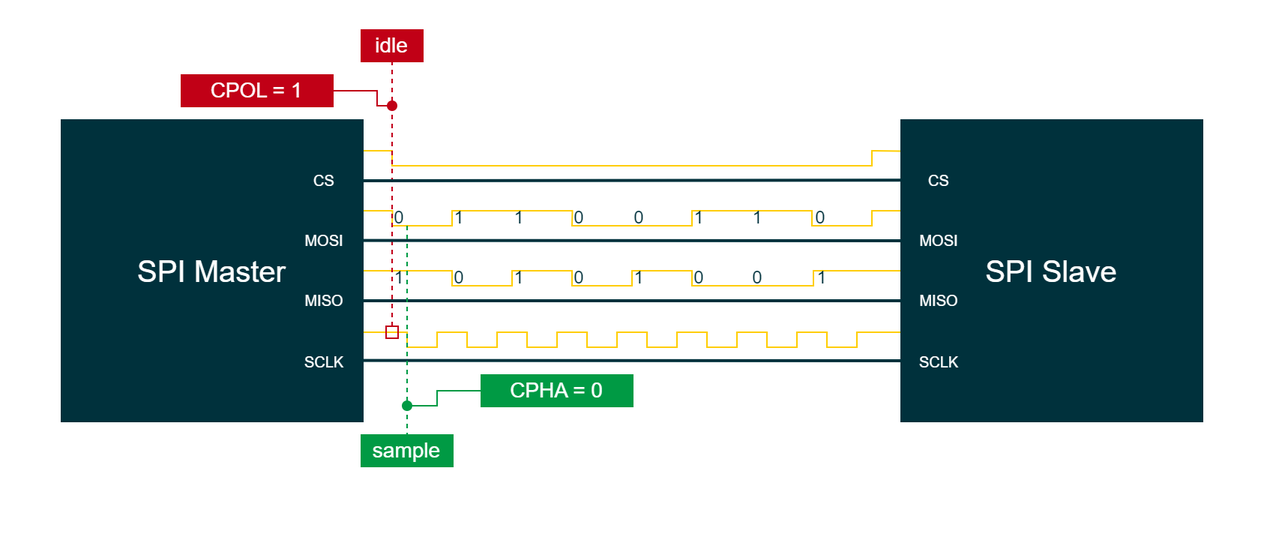
PLAY-Embedded/pe_assets keeps this draw.io diagram as draw.io/PE Articles/General knowledge/Fundamentals/SPI 101 A Beginner's Guide To Serial Communication/Mode 2 (PE).png. Above is the earlier version. Source tidied: cells renumbered, new cells last; positions are measured from the earlier drawing's top-left corner, leaving out a move shared by most shapes.
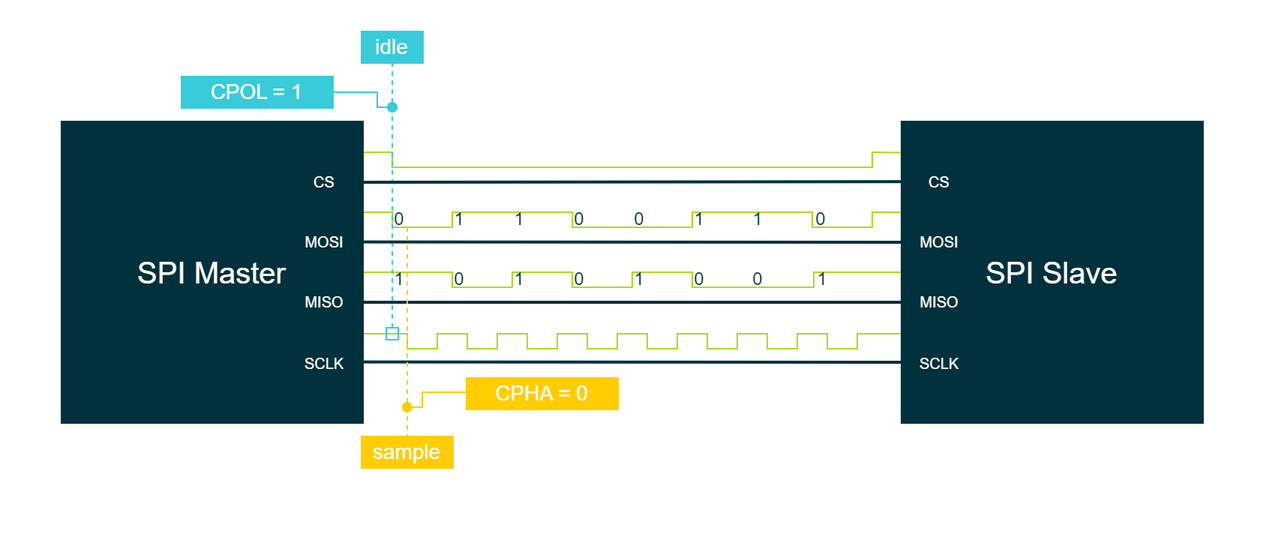
The same diagram one commit later.

Diff of the diagram source:
```diff
@@ -2,7 +2,10 @@
   <root>
     <mxCell id="0" />
     <mxCell id="1" parent="0" />
+    <mxCell id="4" style="rounded=0;whiteSpace=wrap;html=1;strokeColor=none;strokeWidth=2;fontFamily=Arial;fontSize=12;fontColor=#FFFFFF;fillColor=none;" parent="1" vertex="1">
+      <mxGeometry width="840" height="360" as="geometry" />
+    </mxCell>
-    <mxCell id="2" style="endArrow=none;html=1;rounded=0;strokeColor=#FFCD00;strokeWidth=1;fontFamily=Arial;fontSize=20;fontColor=#101820;fillColor=#FFCD00;" parent="1" edge="1">
+    <mxCell id="2" style="endArrow=none;html=1;rounded=0;strokeColor=#AADB1E;strokeWidth=1;fontFamily=Arial;fontSize=20;fontColor=#101820;fillColor=#AADB1E;" parent="1" edge="1">
       <mxGeometry relative="1" as="geometry">
         <mxPoint x="240.2" y="140" as="sourcePoint" />
         <mxPoint x="600.2" y="140" as="targetPoint" />
@@ -23,7 +26,7 @@
         </Array>
       </mxGeometry>
     </mxCell>
-    <mxCell id="3" style="endArrow=none;html=1;rounded=0;strokeColor=#FFCD00;strokeWidth=1;fontFamily=Arial;fontSize=20;fontColor=#00B2A9;fillColor=#FFCD00;entryX=0;entryY=0.5;entryDx=0;entryDy=0;" parent="1" edge="1" target="14">
+    <mxCell id="3" style="endArrow=none;html=1;rounded=0;strokeColor=#AADB1E;strokeWidth=1;fontFamily=Arial;fontSize=20;fontColor=#00B2A9;fillColor=#AADB1E;entryX=0;entryY=0.5;entryDx=0;entryDy=0;" parent="1" edge="1" target="14">
       <mxGeometry relative="1" as="geometry">
         <mxPoint x="241" y="180" as="sourcePoint" />
         <Array as="points">
@@ -42,10 +45,7 @@
         </Array>
       </mxGeometry>
     </mxCell>
-    <mxCell id="4" style="rounded=0;whiteSpace=wrap;html=1;strokeColor=none;strokeWidth=2;fontFamily=Arial;fontSize=12;fontColor=#FFFFFF;fillColor=none;" parent="1" vertex="1">
-      <mxGeometry width="840" height="360" as="geometry" />
-    </mxCell>
-    <mxCell id="5" style="endArrow=none;html=1;rounded=0;strokeColor=#FFCD00;strokeWidth=1;fontFamily=Arial;fontSize=20;fontColor=#00B2A9;fillColor=#FFCD00;" parent="1" edge="1">
+    <mxCell id="5" style="endArrow=none;html=1;rounded=0;strokeColor=#AADB1E;strokeWidth=1;fontFamily=Arial;fontSize=20;fontColor=#00B2A9;fillColor=#AADB1E;" parent="1" edge="1">
       <mxGeometry relative="1" as="geometry">
         <mxPoint x="240" y="221" as="sourcePoint" />
         <mxPoint x="600" y="221" as="targetPoint" />
@@ -85,7 +85,7 @@
         </Array>
       </mxGeometry>
     </mxCell>
-    <mxCell id="6" style="endArrow=none;html=1;rounded=0;strokeColor=#FFCD00;strokeWidth=1;fontFamily=Arial;fontSize=20;fontColor=#101820;fillColor=#FFCD00;exitX=1.005;exitY=0.1;exitDx=0;exitDy=0;exitPerimeter=0;entryX=-0.004;entryY=0.101;entryDx=0;entryDy=0;entryPerimeter=0;" parent="1" edge="1" source="9" target="14">
+    <mxCell id="6" style="endArrow=none;html=1;rounded=0;strokeColor=#AADB1E;strokeWidth=1;fontFamily=Arial;fontSize=20;fontColor=#101820;fillColor=#AADB1E;exitX=1.005;exitY=0.1;exitDx=0;exitDy=0;exitPerimeter=0;entryX=-0.004;entryY=0.101;entryDx=0;entryDy=0;entryPerimeter=0;" parent="1" edge="1" source="9" target="14">
       <mxGeometry relative="1" as="geometry">
         <Array as="points">
           <mxPoint x="260" y="100" />
@@ -95,7 +95,7 @@
         </Array>
       </mxGeometry>
     </mxCell>
-    <mxCell id="7" style="endArrow=none;dashed=1;html=1;strokeWidth=1;rounded=0;strokeColor=#C10016;fontFamily=Arial;fontSize=10;fontColor=#FFFFFF;fillColor=#C10016;startArrow=box;startFill=0;entryX=0.5;entryY=1;entryDx=0;entryDy=0;" parent="1" edge="1" target="25">
+    <mxCell id="7" style="endArrow=none;dashed=1;html=1;strokeWidth=1;rounded=0;strokeColor=#38CBDA;fontFamily=Arial;fontSize=10;fontColor=#FFFFFF;fillColor=#38CBDA;startArrow=box;startFill=0;entryX=0.5;entryY=1;entryDx=0;entryDy=0;" parent="1" edge="1" target="25">
       <mxGeometry relative="1" as="geometry">
         <mxPoint x="260" y="225" as="sourcePoint" />
       </mxGeometry>
@@ -147,7 +147,7 @@
     <mxCell id="22" style="endArrow=none;html=1;rounded=0;strokeColor=#00313C;strokeWidth=2;fontFamily=Arial;fontSize=20;fontColor=#101820;fillColor=none;exitX=1.003;exitY=0.799;exitDx=0;exitDy=0;exitPerimeter=0;entryX=0;entryY=0.8;entryDx=0;entryDy=0;entryPerimeter=0;" parent="1" edge="1" source="9" target="14">
       <mxGeometry relative="1" as="geometry" />
     </mxCell>
-    <mxCell id="23" style="endArrow=none;html=1;rounded=0;strokeColor=#C10016;strokeWidth=1;fontFamily=Arial;fontSize=16;fontColor=#FFFFFF;fillColor=#C10016;startArrow=oval;startFill=1;" parent="1" edge="1">
+    <mxCell id="23" style="endArrow=none;html=1;rounded=0;strokeColor=#38CBDA;strokeWidth=1;fontFamily=Arial;fontSize=16;fontColor=#FFFFFF;fillColor=#38CBDA;startArrow=oval;startFill=1;" parent="1" edge="1">
       <mxGeometry relative="1" as="geometry">
         <mxPoint x="260" y="70" as="sourcePoint" />
         <mxPoint x="220" y="60" as="targetPoint" />
@@ -157,33 +157,33 @@
         </Array>
       </mxGeometry>
     </mxCell>
-    <mxCell id="24" value="CPOL = 1" style="whiteSpace=wrap;html=1;strokeColor=#C10016;strokeWidth=2;fontFamily=Arial;fontSize=14;fontColor=#FFFFFF;fillColor=#C10016;" parent="1" vertex="1">
+    <mxCell id="24" value="CPOL = 1" style="whiteSpace=wrap;html=1;strokeColor=#38CBDA;strokeWidth=2;fontFamily=Arial;fontSize=14;fontColor=#FFFFFF;fillColor=#38CBDA;" parent="1" vertex="1">
       <mxGeometry x="120" y="50" width="100" height="20" as="geometry" />
     </mxCell>
-    <mxCell id="25" value="idle" style="whiteSpace=wrap;html=1;strokeColor=#C10016;strokeWidth=2;fontFamily=Arial;fontSize=14;fontColor=#FFFFFF;fillColor=#C10016;" parent="1" vertex="1">
+    <mxCell id="25" value="idle" style="whiteSpace=wrap;html=1;strokeColor=#38CBDA;strokeWidth=2;fontFamily=Arial;fontSize=14;fontColor=#FFFFFF;fillColor=#38CBDA;" parent="1" vertex="1">
       <mxGeometry x="240" y="20" width="40" height="20" as="geometry" />
     </mxCell>
-    <mxCell id="26" style="endArrow=none;dashed=1;html=1;strokeWidth=1;rounded=0;strokeColor=#009A44;fontFamily=Arial;fontSize=10;fontColor=#FFFFFF;fillColor=#009A44;startArrow=none;startFill=0;" parent="1" edge="1">
+    <mxCell id="26" style="endArrow=none;dashed=1;html=1;strokeWidth=1;rounded=0;strokeColor=#FFCD00;fontFamily=Arial;fontSize=10;fontColor=#FFFFFF;fillColor=#FFCD00;startArrow=none;startFill=0;" parent="1" edge="1">
       <mxGeometry relative="1" as="geometry">
         <mxPoint x="270" y="150" as="sourcePoint" />
         <mxPoint x="270" y="290" as="targetPoint" />
       </mxGeometry>
     </mxCell>
-    <mxCell id="27" value="sample" style="whiteSpace=wrap;html=1;strokeColor=#009A44;strokeWidth=2;fontFamily=Arial;fontSize=14;fontColor=#FFFFFF;fillColor=#009A44;" parent="1" vertex="1">
+    <mxCell id="27" value="sample" style="whiteSpace=wrap;html=1;strokeColor=#FFCD00;strokeWidth=2;fontFamily=Arial;fontSize=14;fontColor=#FFFFFF;fillColor=#FFCD00;" parent="1" vertex="1">
       <mxGeometry x="240" y="290" width="60" height="20" as="geometry" />
     </mxCell>
-    <mxCell id="28" style="endArrow=none;html=1;rounded=0;strokeColor=#009A44;strokeWidth=1;fontFamily=Arial;fontSize=10;fontColor=#FFFFFF;fillColor=#009A44;startArrow=oval;startFill=1;" parent="1" edge="1">
+    <mxCell id="28" style="endArrow=none;html=1;rounded=0;strokeColor=#FFCD00;strokeWidth=1;fontFamily=Arial;fontSize=10;fontColor=#FFFFFF;fillColor=#FFCD00;startArrow=oval;startFill=1;" parent="1" edge="1">
       <mxGeometry relative="1" as="geometry">
         <mxPoint x="270" y="270" as="sourcePoint" />
         <mxPoint x="320" y="260" as="targetPoint" />
         <Array as="points">
-          <mxPoint x="290" y="270" />
-          <mxPoint x="290" y="260" />
+          <mxPoint x="280" y="270" />
+          <mxPoint x="280" y="260" />
         </Array>
       </mxGeometry>
     </mxCell>
-    <mxCell id="29" value="CPHA = 0" style="whiteSpace=wrap;html=1;strokeColor=#009A44;strokeWidth=2;fontFamily=Arial;fontSize=14;fontColor=#FFFFFF;fillColor=#009A44;" parent="1" vertex="1">
-      <mxGeometry x="320" y="250" width="100" height="20" as="geometry" />
+    <mxCell id="29" value="CPHA = 0" style="whiteSpace=wrap;html=1;strokeColor=#FFCD00;strokeWidth=2;fontFamily=Arial;fontSize=14;fontColor=#FFFFFF;fillColor=#FFCD00;" parent="1" vertex="1">
+      <mxGeometry x="310" y="251" width="100" height="20" as="geometry" />
     </mxCell>
     <mxCell id="30" value="&lt;font color=&quot;#00313c&quot;&gt;0&lt;/font&gt;" style="rounded=0;whiteSpace=wrap;html=1;labelBackgroundColor=none;strokeColor=none;strokeWidth=4;fillColor=none;fontColor=#3C3521;align=center;verticalAlign=middle;" parent="1" vertex="1">
       <mxGeometry x="260" y="140" width="10" height="10" as="geometry" />
```
